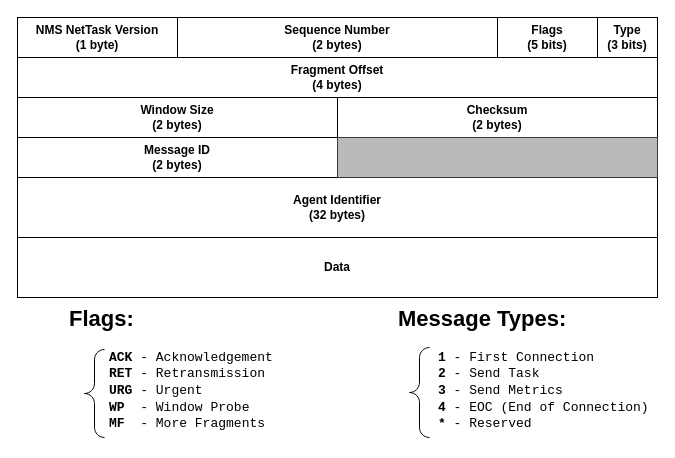
migueltc13/project-CC keeps this draw.io diagram as report/.drawio/nettask_header.drawio. Above is the earlier version. Source tidied: cells renumbered, new cells numbered last; positions are measured from the earlier drawing's top-left corner, leaving out a move shared by most shapes. Both pictures are drawn from the tidied source at 100%, with x=0, y=0 at pixel (17, 17).
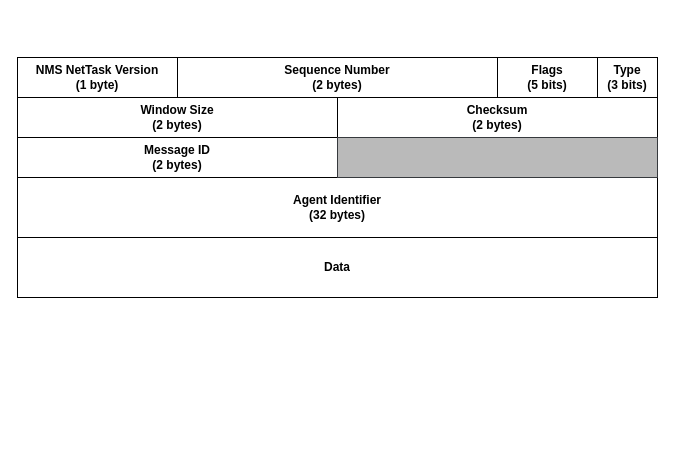
Above is the later version.

Diff of the diagram source:
```diff
@@
 <mxGraphModel>
   <root>
     <mxCell id="0" />
     <mxCell id="1" parent="0" />
     <mxCell id="2" style="rounded=0;whiteSpace=wrap;html=1;" parent="1" vertex="1">
-      <mxGeometry width="640" height="280" as="geometry" />
+      <mxGeometry y="40" width="640" height="240" as="geometry" />
     </mxCell>
     <mxCell id="3" value="&lt;b&gt;NMS NetTask Version&lt;br&gt;(1 byte)&lt;/b&gt;" style="text;html=1;align=center;verticalAlign=middle;whiteSpace=wrap;rounded=0;strokeColor=default;" parent="1" vertex="1">
-      <mxGeometry width="160" height="40" as="geometry" />
+      <mxGeometry y="40" width="160" height="40" as="geometry" />
     </mxCell>
     <mxCell id="4" value="&lt;b&gt;Sequence Number&lt;br&gt;(2 bytes)&lt;/b&gt;" style="text;html=1;align=center;verticalAlign=middle;whiteSpace=wrap;rounded=0;strokeColor=default;" parent="1" vertex="1">
-      <mxGeometry x="160" width="320" height="40" as="geometry" />
+      <mxGeometry x="160" y="40" width="320" height="40" as="geometry" />
     </mxCell>
     <mxCell id="5" value="&lt;b&gt;Type&lt;br&gt;(3 bits)&lt;/b&gt;" style="text;html=1;align=center;verticalAlign=middle;whiteSpace=wrap;rounded=0;strokeColor=default;" parent="1" vertex="1">
-      <mxGeometry x="580" width="60" height="40" as="geometry" />
+      <mxGeometry x="580" y="40" width="60" height="40" as="geometry" />
     </mxCell>
     <mxCell id="6" value="&lt;b&gt;Flags&lt;br&gt;(5 bits)&lt;/b&gt;" style="text;html=1;align=center;verticalAlign=middle;whiteSpace=wrap;rounded=0;strokeColor=default;" parent="1" vertex="1">
-      <mxGeometry x="480" width="100" height="40" as="geometry" />
+      <mxGeometry x="480" y="40" width="100" height="40" as="geometry" />
     </mxCell>
-    <mxCell id="7" value="&lt;b&gt;Fragment Offset&lt;br&gt;(4 bytes)&lt;/b&gt;" style="text;html=1;align=center;verticalAlign=middle;whiteSpace=wrap;rounded=0;strokeColor=default;" parent="1" vertex="1">
-      <mxGeometry y="40" width="640" height="40" as="geometry" />
-    </mxCell>
     <mxCell id="8" value="&lt;b&gt;Window Size&lt;br&gt;(2 bytes)&lt;/b&gt;" style="text;html=1;align=center;verticalAlign=middle;whiteSpace=wrap;rounded=0;strokeColor=default;" parent="1" vertex="1">
       <mxGeometry y="80" width="320" height="40" as="geometry" />
     </mxCell>
     <mxCell id="9" value="&lt;b&gt;Checksum&lt;br&gt;(2 bytes)&lt;/b&gt;" style="text;html=1;align=center;verticalAlign=middle;whiteSpace=wrap;rounded=0;strokeColor=default;" parent="1" vertex="1">
       <mxGeometry x="320" y="80" width="320" height="40" as="geometry" />
     </mxCell>
     <mxCell id="10" value="&lt;b&gt;Agent Identifier&lt;br&gt;(32 bytes)&lt;/b&gt;" style="text;html=1;align=center;verticalAlign=middle;whiteSpace=wrap;rounded=0;strokeColor=default;" parent="1" vertex="1">
       <mxGeometry y="160" width="640" height="60" as="geometry" />
     </mxCell>
     <mxCell id="11" value="&lt;b&gt;Data&lt;/b&gt;" style="text;html=1;align=center;verticalAlign=middle;whiteSpace=wrap;rounded=0;strokeColor=default;" parent="1" vertex="1">
       <mxGeometry y="220" width="640" height="60" as="geometry" />
     </mxCell>
-    <mxCell id="12" value="&lt;h1 style=&quot;margin-top: 0px;&quot;&gt;&lt;font style=&quot;font-size: 22px;&quot;&gt;Flags:&lt;/font&gt;&lt;/h1&gt;&lt;blockquote style=&quot;margin: 0 0 0 40px; border: none; padding: 0px;&quot;&gt;&lt;div style=&quot;font-size: 13px;&quot;&gt;&lt;font face=&quot;Courier New&quot; style=&quot;font-size: 13px;&quot;&gt;&lt;b&gt;ACK&lt;/b&gt; - Acknowledgement&lt;/font&gt;&lt;/div&gt;&lt;div style=&quot;font-size: 13px;&quot;&gt;&lt;font face=&quot;Courier New&quot; style=&quot;font-size: 13px;&quot;&gt;&lt;b&gt;RET&lt;/b&gt; - Retransmission&lt;/font&gt;&lt;/div&gt;&lt;div style=&quot;font-size: 13px;&quot;&gt;&lt;font face=&quot;Courier New&quot; style=&quot;font-size: 13px;&quot;&gt;&lt;b&gt;URG&lt;/b&gt; - Urgent&lt;br&gt;&lt;b&gt;WP&lt;/b&gt;&amp;nbsp; - Window Probe&lt;br&gt;&lt;/font&gt;&lt;font face=&quot;Courier New&quot; style=&quot;font-size: 13px;&quot;&gt;&lt;b&gt;MF&lt;/b&gt;&amp;nbsp; - More Fragments&lt;/font&gt;&lt;/div&gt;&lt;/blockquote&gt;" style="text;html=1;whiteSpace=wrap;overflow=hidden;rounded=0;" parent="1" vertex="1">
-      <mxGeometry x="50" y="280" width="230" height="140" as="geometry" />
-    </mxCell>
-    <mxCell id="13" style="labelPosition=right;align=left;strokeWidth=1;shape=mxgraph.mockup.markup.curlyBrace;html=1;shadow=0;dashed=0;strokeColor=#000000;direction=north;" parent="1" vertex="1">
-      <mxGeometry x="67" y="332" width="20" height="88" as="geometry" />
-    </mxCell>
-    <mxCell id="14" value="&lt;h1 style=&quot;margin-top: 0px;&quot;&gt;&lt;font style=&quot;font-size: 22px;&quot;&gt;Message Types:&lt;/font&gt;&lt;/h1&gt;&lt;blockquote style=&quot;margin: 0 0 0 40px; border: none; padding: 0px;&quot;&gt;&lt;div style=&quot;font-size: 13px;&quot;&gt;&lt;font face=&quot;Courier New&quot; style=&quot;font-size: 13px;&quot;&gt;&lt;b&gt;1&lt;/b&gt;&amp;nbsp;- First Connection&lt;/font&gt;&lt;/div&gt;&lt;div style=&quot;font-size: 13px;&quot;&gt;&lt;font face=&quot;Courier New&quot; style=&quot;font-size: 13px;&quot;&gt;&lt;b&gt;2&lt;/b&gt; - Send Task&lt;/font&gt;&lt;/div&gt;&lt;div style=&quot;font-size: 13px;&quot;&gt;&lt;font face=&quot;Courier New&quot; style=&quot;font-size: 13px;&quot;&gt;&lt;b&gt;3&lt;/b&gt;&amp;nbsp;- Send Metrics&lt;/font&gt;&lt;/div&gt;&lt;div style=&quot;font-size: 13px;&quot;&gt;&lt;font face=&quot;Courier New&quot; style=&quot;font-size: 13px;&quot;&gt;&lt;b&gt;4&lt;/b&gt; -&amp;nbsp;EOC (End of Connection)&lt;/font&gt;&lt;/div&gt;&lt;div style=&quot;font-size: 13px;&quot;&gt;&lt;font face=&quot;Courier New&quot; style=&quot;font-size: 13px;&quot;&gt;&lt;b&gt;*&lt;/b&gt; - Reserved&lt;br&gt;&lt;/font&gt;&lt;/div&gt;&lt;/blockquote&gt;" style="text;html=1;whiteSpace=wrap;overflow=hidden;rounded=0;" parent="1" vertex="1">
-      <mxGeometry x="379" y="280" width="261" height="140" as="geometry" />
-    </mxCell>
-    <mxCell id="15" style="labelPosition=right;align=left;strokeWidth=1;shape=mxgraph.mockup.markup.curlyBrace;html=1;shadow=0;dashed=0;strokeColor=#000000;direction=north;" parent="1" vertex="1">
-      <mxGeometry x="392" y="330" width="20" height="90" as="geometry" />
-    </mxCell>
     <mxCell id="16" value="&lt;b&gt;Message ID&lt;br&gt;(2 bytes)&lt;/b&gt;" style="text;html=1;align=center;verticalAlign=middle;whiteSpace=wrap;rounded=0;strokeColor=default;" parent="1" vertex="1">
       <mxGeometry y="120" width="320" height="40" as="geometry" />
     </mxCell>
     <mxCell id="17" style="text;html=1;align=center;verticalAlign=middle;whiteSpace=wrap;rounded=0;fillColor=#BABABA;strokeColor=#36393d;" parent="1" vertex="1">
       <mxGeometry x="320" y="120" width="320" height="40" as="geometry" />
     </mxCell>
   </root>
 </mxGraphModel>
```
